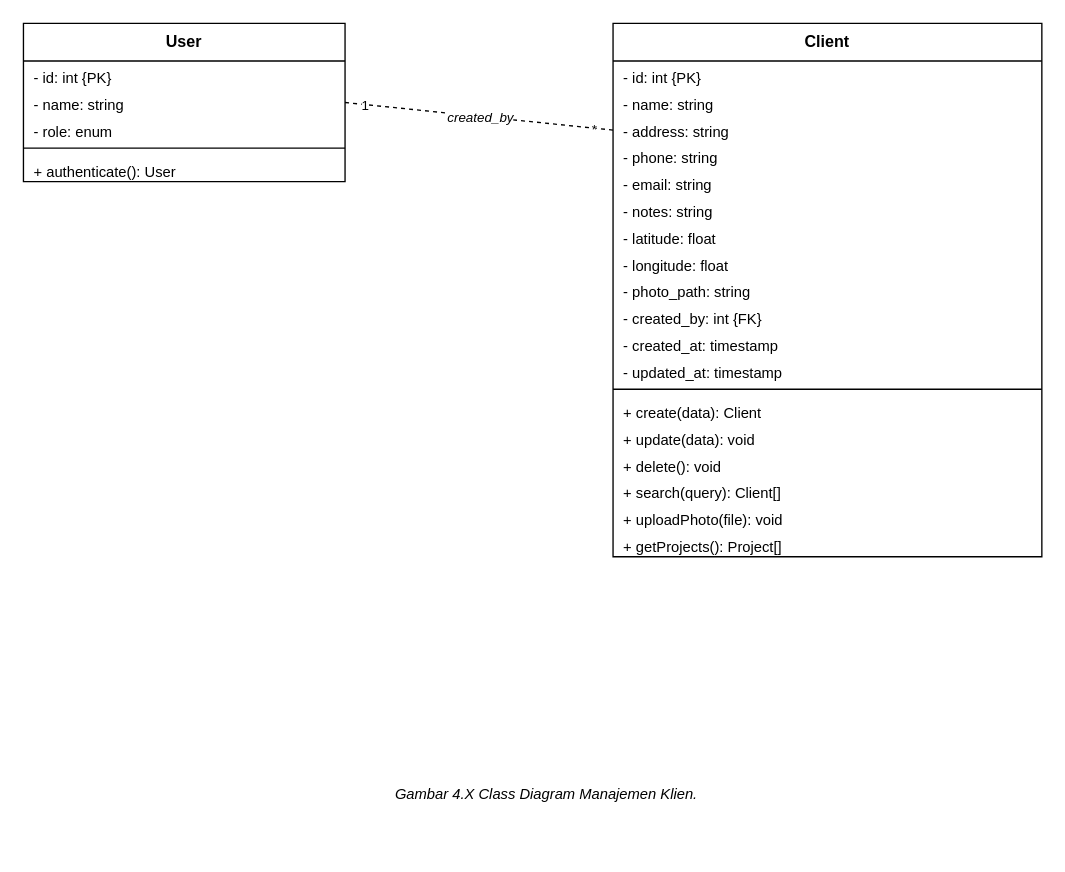
Before: diagram/ai/Class/CD_MANAJEMEN_KLIEN.drawio in evelleura/shi-dashboard, a draw.io diagram. Source tidied: cells renumbered, new cells numbered last; positions are measured from the earlier drawing's top-left corner, leaving out a move shared by most shapes. Both pictures are drawn from the tidied source at 134%, with x=0, y=0 at pixel (23, 23).
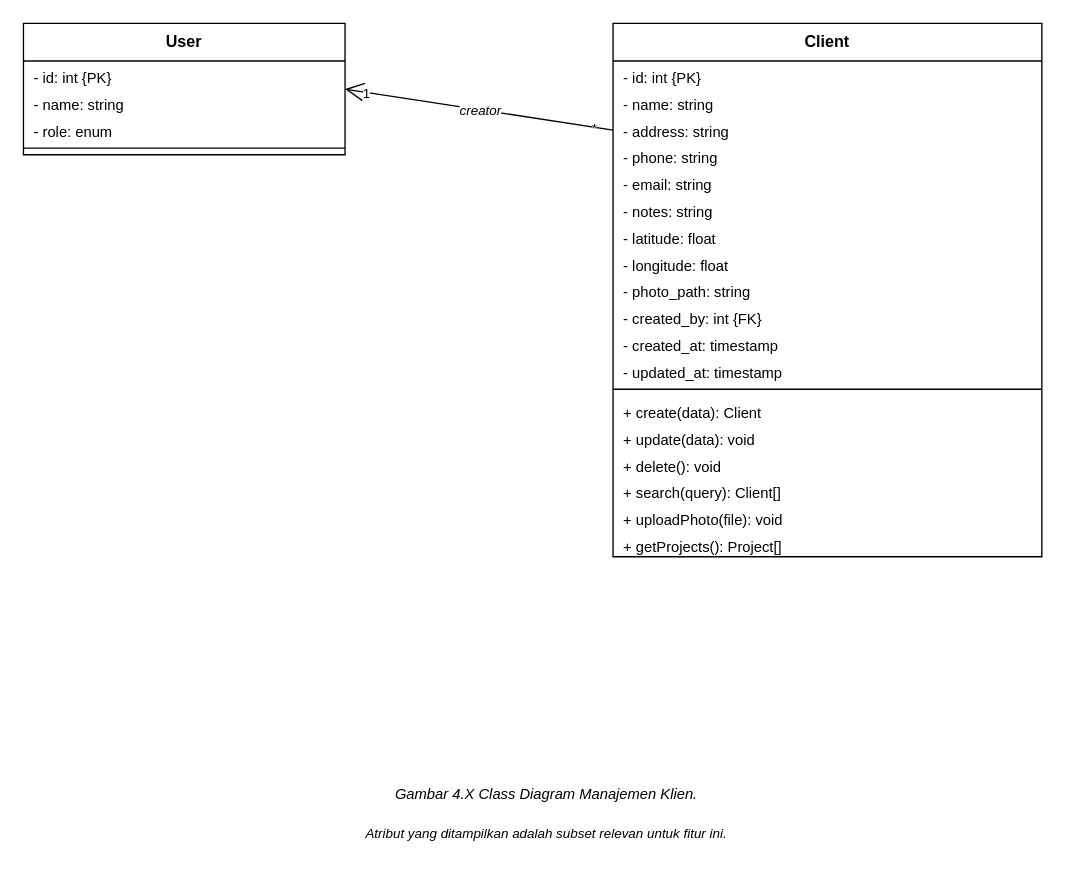
Above is the later version.

Unchanged cells that the change refers to:
```xml
<mxCell id="8" value="Client" style="swimlane;fontStyle=1;align=center;verticalAlign=top;horizontal=1;startSize=28;fillColor=#FFFFFF;strokeColor=#000000;strokeWidth=1;swimlaneFillColor=#FFFFFF;fontSize=12;fontColor=#000000;" parent="1" vertex="1">
  <mxGeometry x="440" width="320" height="398" as="geometry" />
</mxCell>
```

Diff of the diagram source:
```diff
@@
     <mxCell id="2" value="User" style="swimlane;fontStyle=1;align=center;verticalAlign=top;horizontal=1;startSize=28;fillColor=#FFFFFF;strokeColor=#000000;strokeWidth=1;swimlaneFillColor=#FFFFFF;fontSize=12;fontColor=#000000;" parent="1" vertex="1">
-      <mxGeometry width="240" height="118" as="geometry" />
+      <mxGeometry width="240" height="98" as="geometry" />
     </mxCell>
@@
-    <mxCell id="7" value="+ authenticate(): User" style="text;strokeColor=none;fillColor=none;align=left;verticalAlign=top;spacingLeft=6;spacingRight=6;overflow=hidden;fontSize=11;fontColor=#000000;" parent="2" vertex="1">
-      <mxGeometry y="98" width="240" height="20" as="geometry" />
-    </mxCell>
@@
-    <mxCell id="28" style="endArrow=none;startArrow=none;html=1;rounded=0;strokeColor=#000000;strokeWidth=1;dashed=1;exitX=1;exitY=0.5;exitDx=0;exitDy=0;entryX=0;entryY=0.2;entryDx=0;entryDy=0;" parent="1" edge="1" source="2" target="8">
+    <mxCell id="28" style="endArrow=open;endFill=0;endSize=12;startArrow=none;html=1;rounded=0;strokeColor=#000000;strokeWidth=1;fontSize=11;fontColor=#000000;exitX=0;exitY=0.2;exitDx=0;exitDy=0;entryX=1;entryY=0.5;entryDx=0;entryDy=0;" parent="1" edge="1" source="8" target="2">
       <mxGeometry relative="1" as="geometry" />
     </mxCell>
-    <mxCell id="29" value="1" style="edgeLabel;html=1;align=center;verticalAlign=middle;fontSize=10;fontColor=#000000;" parent="28" vertex="1">
+    <mxCell id="29" value="*" style="edgeLabel;html=1;align=center;verticalAlign=middle;fontSize=10;fontColor=#000000;" parent="28" vertex="1">
       <mxGeometry x="-0.85" relative="1" as="geometry" />
     </mxCell>
-    <mxCell id="30" value="*" style="edgeLabel;html=1;align=center;verticalAlign=middle;fontSize=10;fontColor=#000000;" parent="28" vertex="1">
+    <mxCell id="30" value="1" style="edgeLabel;html=1;align=center;verticalAlign=middle;fontSize=10;fontColor=#000000;" parent="28" vertex="1">
       <mxGeometry x="0.85" relative="1" as="geometry" />
     </mxCell>
-    <mxCell id="31" value="created_by" style="edgeLabel;html=1;align=center;verticalAlign=middle;fontSize=10;fontColor=#000000;fontStyle=2;" parent="28" vertex="1">
+    <mxCell id="31" value="creator" style="edgeLabel;html=1;align=center;verticalAlign=middle;fontSize=10;fontColor=#000000;fontStyle=2;" parent="28" vertex="1">
       <mxGeometry relative="1" as="geometry" />
     </mxCell>
@@
+    <mxCell id="33" value="&lt;i&gt;Atribut yang ditampilkan adalah subset relevan untuk fitur ini.&lt;/i&gt;" style="text;html=1;align=center;verticalAlign=middle;strokeColor=none;fillColor=none;fontSize=10;fontStyle=2;fontColor=#000000;" parent="1" vertex="1">
+      <mxGeometry x="90" y="592" width="600" height="24" as="geometry" />
+    </mxCell>
```
